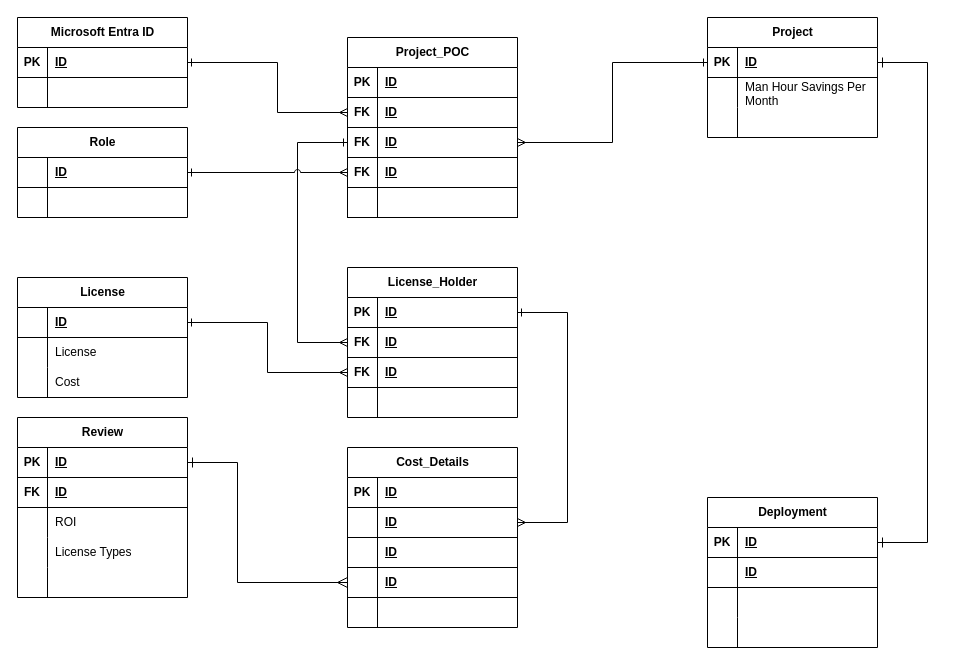
This is page "Option-3y" (2 of 3) of erd-projint-01.drawio from josjreyes/ProjectIntake, a draw.io file, before an edit. Source tidied: cells renumbered, new cells numbered last; positions are measured from the earlier drawing's top-left corner, leaving out a move shared by most shapes. Both pictures are drawn from the tidied source at 100%, with x=0, y=0 at pixel (17, 17).
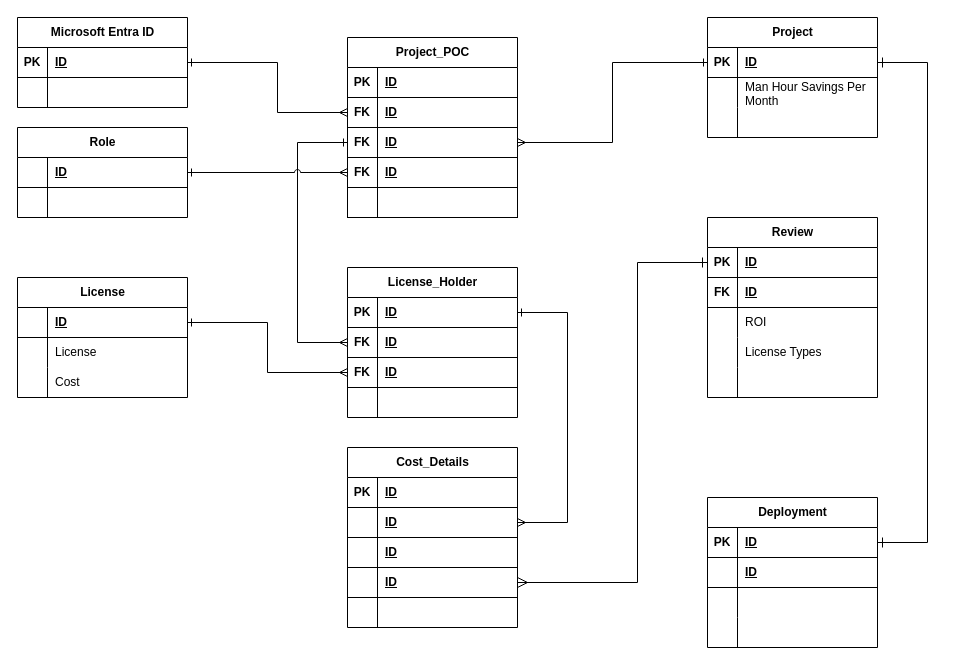
The same page after the edit.

Commit message:
Updated relationship between License 1:N License_Holder

Unchanged cells that the change refers to:
```xml
<mxCell id="32" style="shape=tableRow;horizontal=0;startSize=0;swimlaneHead=0;swimlaneBody=0;fillColor=none;points=[[0,0.5],[1,0.5]];portConstraint=eastwest;top=0;left=0;right=0;bottom=1;" parent="22" vertex="1">
  <mxGeometry y="120" width="170" height="30" as="geometry" />
</mxCell>
<mxCell id="61" style="shape=tableRow;horizontal=0;startSize=0;swimlaneHead=0;swimlaneBody=0;fillColor=none;points=[[0,0.5],[1,0.5]];portConstraint=eastwest;top=0;left=0;right=0;bottom=1;" parent="60" vertex="1">
  <mxGeometry y="30" width="170" height="30" as="geometry" />
</mxCell>
```

The edit, as a diff of the source:
```diff
@@
     <mxCell id="60" value="Review" style="shape=table;startSize=30;childLayout=tableLayout;rowLines=0;fontStyle=1;align=center;html=1;" parent="1" vertex="1">
-      <mxGeometry y="400" width="170" height="180" as="geometry" />
+      <mxGeometry x="690" y="200" width="170" height="180" as="geometry" />
     </mxCell>
@@
-    <mxCell id="95" style="edgeStyle=orthogonalEdgeStyle;rounded=0;jettySize=auto;html=1;entryX=0;entryY=0.5;entryDx=0;entryDy=0;fontSize=12;startSize=8;endSize=8;exitX=1;exitY=0.5;exitDx=0;exitDy=0;startArrow=ERone;startFill=0;endArrow=ERmany;endFill=0;" parent="1" edge="1" source="61" target="32">
+    <mxCell id="95" style="edgeStyle=orthogonalEdgeStyle;rounded=0;jettySize=auto;html=1;entryX=1;entryY=0.5;entryDx=0;entryDy=0;fontSize=12;startSize=8;endSize=8;exitX=0;exitY=0.5;exitDx=0;exitDy=0;startArrow=ERone;startFill=0;endArrow=ERmany;endFill=0;" parent="1" edge="1" source="61" target="32">
       <mxGeometry relative="1" as="geometry">
         <Array as="points">
-          <mxPoint x="220" y="445" />
-          <mxPoint x="220" y="565" />
+          <mxPoint x="620" y="245" />
+          <mxPoint x="620" y="565" />
         </Array>
       </mxGeometry>
     </mxCell>
```
